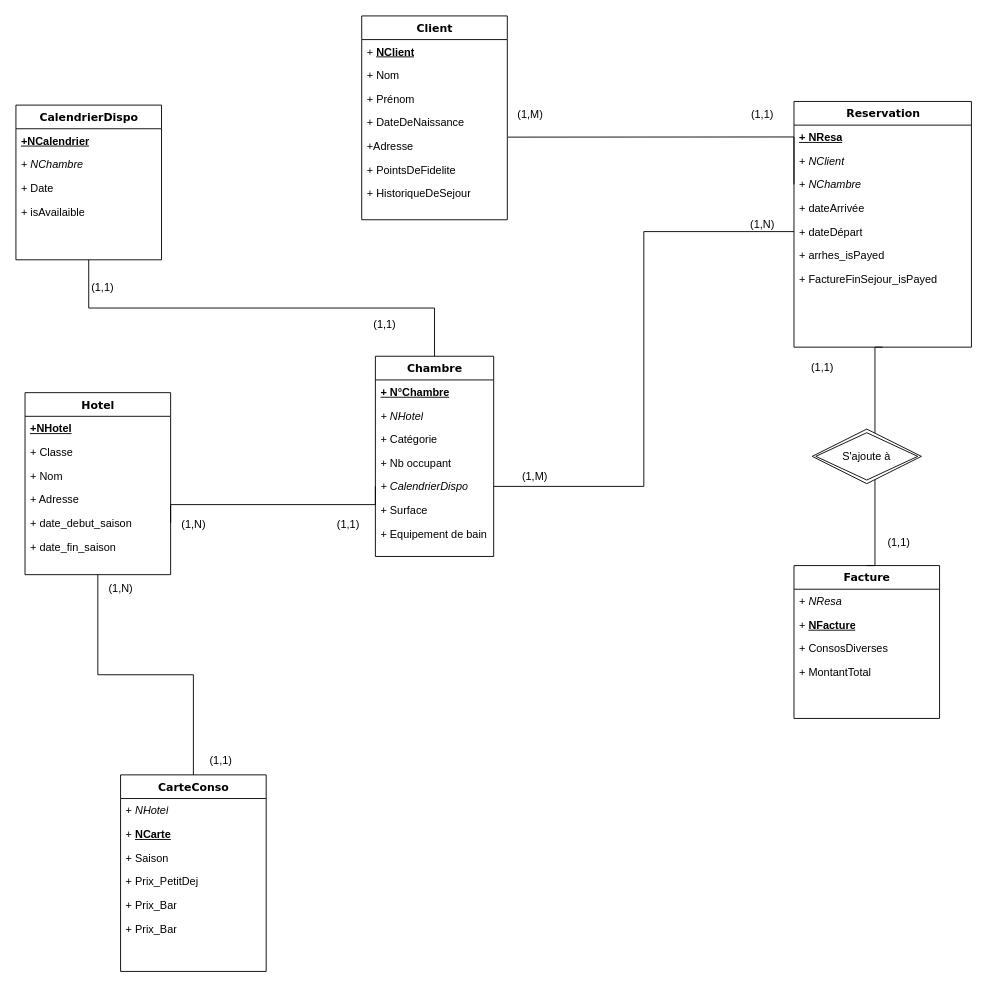
Above: Untitled Diagram.drawio in Adrien-bot/Biostat-BDD (draw.io), before the change. Source tidied: cells renumbered, new cells numbered last; positions are measured from the earlier drawing's top-left corner, leaving out a move shared by most shapes. Both pictures are drawn from the tidied source at 91%, with x=0, y=0 at pixel (15, 15).
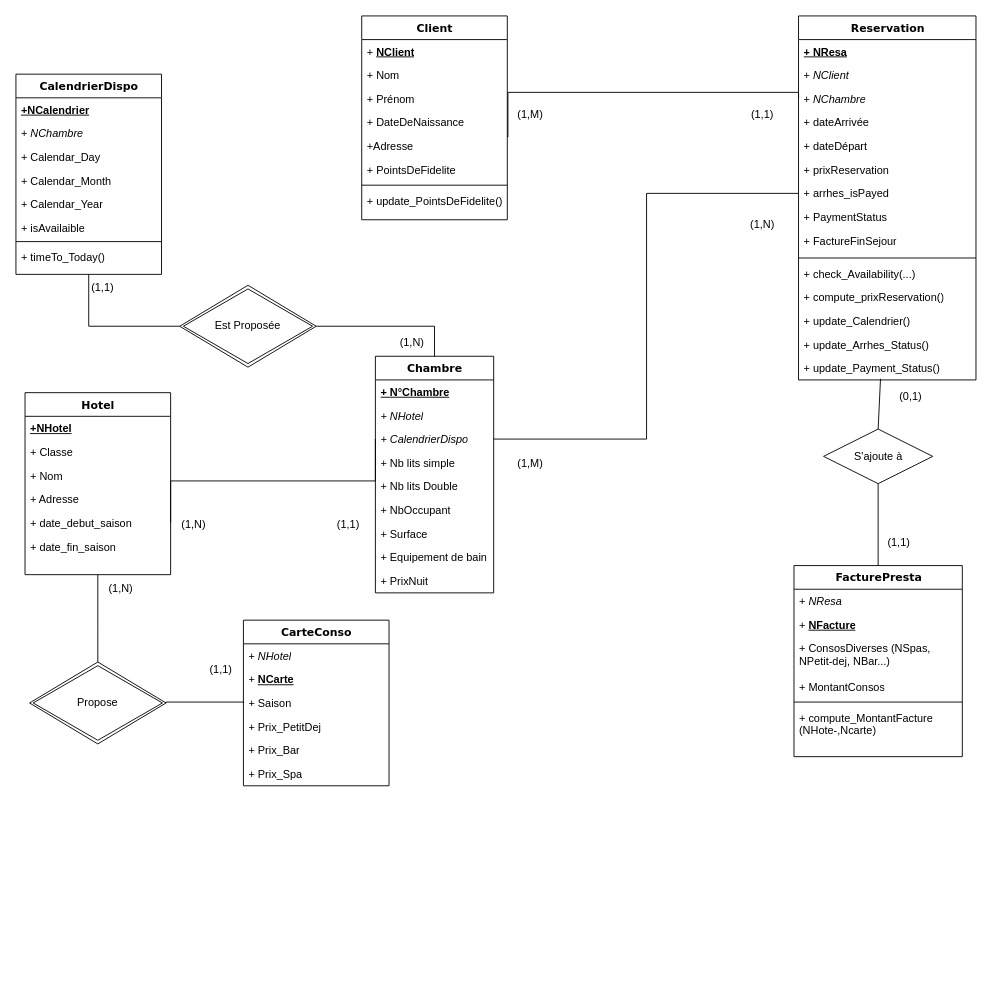
After the change.

Unchanged cells that the change refers to:
```xml
<mxCell id="11" value="Hotel" style="swimlane;html=1;fontStyle=1;align=center;verticalAlign=top;horizontal=1;startSize=26;swimlaneFillColor=#ffffff;rounded=0;shadow=0;comic=0;labelBackgroundColor=none;strokeWidth=1;fillColor=none;fontFamily=Verdana;fontSize=12;" parent="1" vertex="1">
  <mxGeometry x="10" y="414" width="160" height="200" as="geometry" />
</mxCell>
<mxCell id="18" value="Client" style="swimlane;html=1;fontStyle=1;align=center;verticalAlign=top;horizontal=1;startSize=26;swimlaneFillColor=#ffffff;rounded=0;shadow=0;comic=0;labelBackgroundColor=none;strokeWidth=1;fillColor=none;fontFamily=Verdana;fontSize=12;" parent="1" vertex="1">
  <mxGeometry x="380" width="160" height="224" as="geometry" />
</mxCell>
<mxCell id="23" value="+Adresse" style="text;html=1;strokeColor=none;fillColor=none;align=left;verticalAlign=top;spacingLeft=4;spacingRight=4;whiteSpace=wrap;overflow=hidden;points=[[0,0.5],[1,0.5]];portConstraint=eastwest;" parent="18" vertex="1">
  <mxGeometry y="130" width="160" height="26" as="geometry" />
</mxCell>
<mxCell id="34" value="+ &lt;i&gt;NChambre&lt;/i&gt;" style="text;html=1;strokeColor=none;fillColor=none;align=left;verticalAlign=top;spacingLeft=4;spacingRight=4;whiteSpace=wrap;overflow=hidden;points=[[0,0.5],[1,0.5]];portConstraint=eastwest;" parent="31" vertex="1">
  <mxGeometry y="78" width="195" height="26" as="geometry" />
</mxCell>
<mxCell id="36" value="+ dateDépart" style="text;html=1;strokeColor=none;fillColor=none;align=left;verticalAlign=top;spacingLeft=4;spacingRight=4;whiteSpace=wrap;overflow=hidden;points=[[0,0.5],[1,0.5]];portConstraint=eastwest;" parent="31" vertex="1">
  <mxGeometry y="130" width="195" height="26" as="geometry" />
</mxCell>
<mxCell id="47" value="+ Saison" style="text;html=1;strokeColor=none;fillColor=none;align=left;verticalAlign=top;spacingLeft=4;spacingRight=4;whiteSpace=wrap;overflow=hidden;points=[[0,0.5],[1,0.5]];portConstraint=eastwest;" parent="44" vertex="1">
  <mxGeometry y="78" width="160" height="26" as="geometry" />
</mxCell>
```

Change to the diagram source:
```diff
@@
     <mxCell id="3" value="Chambre" style="swimlane;html=1;fontStyle=1;align=center;verticalAlign=top;horizontal=1;startSize=26;swimlaneFillColor=#ffffff;rounded=0;shadow=0;comic=0;labelBackgroundColor=none;strokeWidth=1;fillColor=none;fontFamily=Verdana;fontSize=12;" parent="1" vertex="1">
-      <mxGeometry x="395" y="374" width="130" height="220" as="geometry" />
+      <mxGeometry x="395" y="374" width="130" height="260" as="geometry" />
     </mxCell>
@@
+    <mxCell id="8" value="&lt;i&gt;+ CalendrierDispo&lt;/i&gt;" style="text;html=1;strokeColor=none;fillColor=none;align=left;verticalAlign=top;spacingLeft=4;spacingRight=4;whiteSpace=wrap;overflow=hidden;points=[[0,0.5],[1,0.5]];portConstraint=eastwest;" parent="3" vertex="1">
+      <mxGeometry y="78" width="130" height="26" as="geometry" />
+    </mxCell>
+    <mxCell id="7" value="+ Nb lits simple" style="text;html=1;strokeColor=none;fillColor=none;align=left;verticalAlign=top;spacingLeft=4;spacingRight=4;whiteSpace=wrap;overflow=hidden;" parent="3" vertex="1">
+      <mxGeometry y="104" width="130" height="26" as="geometry" />
+    </mxCell>
+    <mxCell id="71" value="+ Nb lits Double" style="text;html=1;strokeColor=none;fillColor=none;align=left;verticalAlign=top;spacingLeft=4;spacingRight=4;whiteSpace=wrap;overflow=hidden;" parent="3" vertex="1">
+      <mxGeometry y="130" width="130" height="26" as="geometry" />
+    </mxCell>
-    <mxCell id="6" value="+ Catégorie" style="text;html=1;strokeColor=none;fillColor=none;align=left;verticalAlign=top;spacingLeft=4;spacingRight=4;whiteSpace=wrap;overflow=hidden;" parent="3" vertex="1">
-      <mxGeometry y="78" width="130" height="26" as="geometry" />
+    <mxCell id="6" value="+ NbOccupant" style="text;html=1;strokeColor=none;fillColor=none;align=left;verticalAlign=top;spacingLeft=4;spacingRight=4;whiteSpace=wrap;overflow=hidden;" parent="3" vertex="1">
+      <mxGeometry y="156" width="130" height="26" as="geometry" />
     </mxCell>
-    <mxCell id="7" value="+ Nb occupant" style="text;html=1;strokeColor=none;fillColor=none;align=left;verticalAlign=top;spacingLeft=4;spacingRight=4;whiteSpace=wrap;overflow=hidden;" parent="3" vertex="1">
-      <mxGeometry y="104" width="130" height="26" as="geometry" />
-    </mxCell>
-    <mxCell id="8" value="&lt;i&gt;+ CalendrierDispo&lt;/i&gt;" style="text;html=1;strokeColor=none;fillColor=none;align=left;verticalAlign=top;spacingLeft=4;spacingRight=4;whiteSpace=wrap;overflow=hidden;points=[[0,0.5],[1,0.5]];portConstraint=eastwest;" parent="3" vertex="1">
-      <mxGeometry y="130" width="130" height="26" as="geometry" />
-    </mxCell>
     <mxCell id="9" value="+ Surface" style="text;html=1;strokeColor=none;fillColor=none;align=left;verticalAlign=top;spacingLeft=4;spacingRight=4;whiteSpace=wrap;overflow=hidden;" parent="3" vertex="1">
-      <mxGeometry y="156" width="130" height="26" as="geometry" />
+      <mxGeometry y="182" width="130" height="26" as="geometry" />
     </mxCell>
     <mxCell id="10" value="+ Equipement de bain" style="text;html=1;strokeColor=none;fillColor=none;align=left;verticalAlign=top;spacingLeft=4;spacingRight=4;whiteSpace=wrap;overflow=hidden;" parent="3" vertex="1">
-      <mxGeometry y="182" width="130" height="26" as="geometry" />
+      <mxGeometry y="208" width="130" height="26" as="geometry" />
     </mxCell>
+    <mxCell id="72" value="+ PrixNuit" style="text;html=1;strokeColor=none;fillColor=none;align=left;verticalAlign=top;spacingLeft=4;spacingRight=4;whiteSpace=wrap;overflow=hidden;" parent="3" vertex="1">
+      <mxGeometry y="234" width="130" height="26" as="geometry" />
+    </mxCell>
@@
+    <mxCell id="73" style="line;strokeWidth=1;fillColor=none;align=left;verticalAlign=middle;spacingTop=-1;spacingLeft=3;spacingRight=3;labelPosition=right;strokeColor=inherit;" parent="18" vertex="1">
+      <mxGeometry y="182" width="160" height="8" as="geometry" />
+    </mxCell>
-    <mxCell id="25" value="+ HistoriqueDeSejour" style="text;html=1;strokeColor=none;fillColor=none;align=left;verticalAlign=top;spacingLeft=4;spacingRight=4;whiteSpace=wrap;overflow=hidden;" parent="18" vertex="1">
-      <mxGeometry y="182" width="160" height="26" as="geometry" />
+    <mxCell id="25" value="+ update_PointsDeFidelite()" style="text;html=1;strokeColor=none;fillColor=none;align=left;verticalAlign=top;spacingLeft=4;spacingRight=4;whiteSpace=wrap;overflow=hidden;" parent="18" vertex="1">
+      <mxGeometry y="190" width="160" height="26" as="geometry" />
     </mxCell>
     <mxCell id="26" value="CalendrierDispo" style="swimlane;html=1;fontStyle=1;align=center;verticalAlign=top;horizontal=1;startSize=26;swimlaneFillColor=#ffffff;rounded=0;shadow=0;comic=0;labelBackgroundColor=none;strokeWidth=1;fillColor=none;fontFamily=Verdana;fontSize=12;" parent="1" vertex="1">
-      <mxGeometry y="98" width="160" height="170" as="geometry" />
+      <mxGeometry y="64" width="160" height="220" as="geometry" />
     </mxCell>
@@
-    <mxCell id="29" value="+ Date" style="text;html=1;strokeColor=none;fillColor=none;align=left;verticalAlign=top;spacingLeft=4;spacingRight=4;whiteSpace=wrap;overflow=hidden;" parent="26" vertex="1">
+    <mxCell id="29" value="+ Calendar_Day" style="text;html=1;strokeColor=none;fillColor=none;align=left;verticalAlign=top;spacingLeft=4;spacingRight=4;whiteSpace=wrap;overflow=hidden;" parent="26" vertex="1">
       <mxGeometry y="78" width="160" height="26" as="geometry" />
     </mxCell>
+    <mxCell id="74" value="+ Calendar_Month" style="text;html=1;strokeColor=none;fillColor=none;align=left;verticalAlign=top;spacingLeft=4;spacingRight=4;whiteSpace=wrap;overflow=hidden;" parent="26" vertex="1">
+      <mxGeometry y="104" width="160" height="26" as="geometry" />
+    </mxCell>
+    <mxCell id="75" value="+ Calendar_Year" style="text;html=1;strokeColor=none;fillColor=none;align=left;verticalAlign=top;spacingLeft=4;spacingRight=4;whiteSpace=wrap;overflow=hidden;" parent="26" vertex="1">
+      <mxGeometry y="130" width="160" height="26" as="geometry" />
+    </mxCell>
     <mxCell id="30" value="+ isAvailaible" style="text;html=1;strokeColor=none;fillColor=none;align=left;verticalAlign=top;spacingLeft=4;spacingRight=4;whiteSpace=wrap;overflow=hidden;" parent="26" vertex="1">
-      <mxGeometry y="104" width="160" height="26" as="geometry" />
+      <mxGeometry y="156" width="160" height="24" as="geometry" />
     </mxCell>
+    <mxCell id="76" style="line;strokeWidth=1;fillColor=none;align=left;verticalAlign=middle;spacingTop=-1;spacingLeft=3;spacingRight=3;labelPosition=right;strokeColor=inherit;" parent="26" vertex="1">
+      <mxGeometry y="180" width="160" height="8" as="geometry" />
+    </mxCell>
+    <mxCell id="77" value="+ timeTo_Today()" style="text;strokeColor=none;fillColor=none;align=left;verticalAlign=top;spacingLeft=4;spacingRight=4;overflow=hidden;whiteSpace=wrap;html=1;" parent="26" vertex="1">
+      <mxGeometry y="188" width="160" height="26" as="geometry" />
+    </mxCell>
     <mxCell id="31" value="Reservation" style="swimlane;html=1;fontStyle=1;align=center;verticalAlign=top;horizontal=1;startSize=26;swimlaneFillColor=#ffffff;rounded=0;shadow=0;comic=0;labelBackgroundColor=none;strokeWidth=1;fillColor=none;fontFamily=Verdana;fontSize=12;" parent="1" vertex="1">
-      <mxGeometry x="855" y="94" width="195" height="270" as="geometry" />
+      <mxGeometry x="860" width="195" height="400" as="geometry" />
     </mxCell>
@@
+    <mxCell id="78" value="+ prixReservation" style="text;html=1;strokeColor=none;fillColor=none;align=left;verticalAlign=top;spacingLeft=4;spacingRight=4;whiteSpace=wrap;overflow=hidden;" parent="31" vertex="1">
+      <mxGeometry y="156" width="195" height="26" as="geometry" />
+    </mxCell>
     <mxCell id="37" value="+ arrhes_isPayed" style="text;html=1;strokeColor=none;fillColor=none;align=left;verticalAlign=top;spacingLeft=4;spacingRight=4;whiteSpace=wrap;overflow=hidden;points=[[0,0.5],[1,0.5]];portConstraint=eastwest;" parent="31" vertex="1">
-      <mxGeometry y="156" width="195" height="26" as="geometry" />
+      <mxGeometry y="182" width="195" height="26" as="geometry" />
     </mxCell>
+    <mxCell id="79" value="+ PaymentStatus" style="text;html=1;strokeColor=none;fillColor=none;align=left;verticalAlign=top;spacingLeft=4;spacingRight=4;whiteSpace=wrap;overflow=hidden;" parent="31" vertex="1">
+      <mxGeometry y="208" width="195" height="26" as="geometry" />
+    </mxCell>
-    <mxCell id="38" value="+ FactureFinSejour_isPayed" style="text;html=1;strokeColor=none;fillColor=none;align=left;verticalAlign=top;spacingLeft=4;spacingRight=4;whiteSpace=wrap;overflow=hidden;" parent="31" vertex="1">
-      <mxGeometry y="182" width="195" height="48" as="geometry" />
+    <mxCell id="38" value="+ FactureFinSejour" style="text;html=1;strokeColor=none;fillColor=none;align=left;verticalAlign=top;spacingLeft=4;spacingRight=4;whiteSpace=wrap;overflow=hidden;" parent="31" vertex="1">
+      <mxGeometry y="234" width="195" height="28" as="geometry" />
     </mxCell>
+    <mxCell id="80" style="line;strokeWidth=1;fillColor=none;align=left;verticalAlign=middle;spacingTop=-1;spacingLeft=3;spacingRight=3;labelPosition=right;strokeColor=inherit;" parent="31" vertex="1">
+      <mxGeometry y="262" width="195" height="8" as="geometry" />
+    </mxCell>
+    <mxCell id="81" value="+ check_Availability(...)" style="text;strokeColor=none;fillColor=none;align=left;verticalAlign=top;spacingLeft=4;spacingRight=4;overflow=hidden;whiteSpace=wrap;html=1;" parent="31" vertex="1">
+      <mxGeometry y="270" width="195" height="26" as="geometry" />
+    </mxCell>
+    <mxCell id="82" value="+ compute_prixReservation()" style="text;strokeColor=none;fillColor=none;align=left;verticalAlign=top;spacingLeft=4;spacingRight=4;overflow=hidden;whiteSpace=wrap;html=1;" parent="31" vertex="1">
+      <mxGeometry y="296" width="195" height="26" as="geometry" />
+    </mxCell>
+    <mxCell id="83" value="+ update_Calendrier()" style="text;strokeColor=none;fillColor=none;align=left;verticalAlign=top;spacingLeft=4;spacingRight=4;overflow=hidden;whiteSpace=wrap;html=1;" parent="31" vertex="1">
+      <mxGeometry y="322" width="195" height="26" as="geometry" />
+    </mxCell>
+    <mxCell id="84" value="+ update_Arrhes_Status()" style="text;strokeColor=none;fillColor=none;align=left;verticalAlign=top;spacingLeft=4;spacingRight=4;overflow=hidden;whiteSpace=wrap;html=1;" parent="31" vertex="1">
+      <mxGeometry y="348" width="195" height="26" as="geometry" />
+    </mxCell>
+    <mxCell id="85" value="+ update_Payment_Status()" style="text;strokeColor=none;fillColor=none;align=left;verticalAlign=top;spacingLeft=4;spacingRight=4;overflow=hidden;points=[[0,0.5],[1,0.5]];portConstraint=eastwest;whiteSpace=wrap;html=1;" parent="31" vertex="1">
+      <mxGeometry y="374" width="195" height="26" as="geometry" />
+    </mxCell>
-    <mxCell id="39" value="Facture" style="swimlane;html=1;fontStyle=1;align=center;verticalAlign=top;horizontal=1;startSize=26;swimlaneFillColor=#ffffff;rounded=0;shadow=0;comic=0;labelBackgroundColor=none;strokeWidth=1;fillColor=none;fontFamily=Verdana;fontSize=12;" parent="1" vertex="1">
-      <mxGeometry x="855" y="604" width="160" height="168" as="geometry" />
+    <mxCell id="39" value="FacturePresta" style="swimlane;html=1;fontStyle=1;align=center;verticalAlign=top;horizontal=1;startSize=26;swimlaneFillColor=#ffffff;rounded=0;shadow=0;comic=0;labelBackgroundColor=none;strokeWidth=1;fillColor=none;fontFamily=Verdana;fontSize=12;" parent="1" vertex="1">
+      <mxGeometry x="855" y="604" width="185" height="210" as="geometry" />
     </mxCell>
     <mxCell id="40" value="+ &lt;i&gt;NResa&lt;/i&gt;" style="text;html=1;strokeColor=none;fillColor=none;align=left;verticalAlign=top;spacingLeft=4;spacingRight=4;whiteSpace=wrap;overflow=hidden;" parent="39" vertex="1">
-      <mxGeometry y="26" width="160" height="26" as="geometry" />
+      <mxGeometry y="26" width="185" height="26" as="geometry" />
     </mxCell>
     <mxCell id="41" value="+ &lt;b&gt;&lt;u&gt;NFacture&lt;/u&gt;&lt;/b&gt;" style="text;html=1;strokeColor=none;fillColor=none;align=left;verticalAlign=top;spacingLeft=4;spacingRight=4;whiteSpace=wrap;overflow=hidden;" parent="39" vertex="1">
-      <mxGeometry y="52" width="160" height="26" as="geometry" />
+      <mxGeometry y="52" width="185" height="26" as="geometry" />
     </mxCell>
-    <mxCell id="42" value="+ ConsosDiverses" style="text;html=1;strokeColor=none;fillColor=none;align=left;verticalAlign=top;spacingLeft=4;spacingRight=4;whiteSpace=wrap;overflow=hidden;" parent="39" vertex="1">
-      <mxGeometry y="78" width="160" height="26" as="geometry" />
+    <mxCell id="42" value="+ ConsosDiverses (NSpas, NPetit-dej, NBar...)" style="text;html=1;strokeColor=none;fillColor=none;align=left;verticalAlign=top;spacingLeft=4;spacingRight=4;whiteSpace=wrap;overflow=hidden;" parent="39" vertex="1">
+      <mxGeometry y="78" width="185" height="42" as="geometry" />
     </mxCell>
-    <mxCell id="43" value="+ MontantTotal" style="text;html=1;strokeColor=none;fillColor=none;align=left;verticalAlign=top;spacingLeft=4;spacingRight=4;whiteSpace=wrap;overflow=hidden;" parent="39" vertex="1">
-      <mxGeometry y="104" width="160" height="26" as="geometry" />
+    <mxCell id="43" value="+ MontantConsos" style="text;html=1;strokeColor=none;fillColor=none;align=left;verticalAlign=top;spacingLeft=4;spacingRight=4;whiteSpace=wrap;overflow=hidden;" parent="39" vertex="1">
+      <mxGeometry y="120" width="185" height="26" as="geometry" />
     </mxCell>
+    <mxCell id="86" style="line;strokeWidth=1;fillColor=none;align=left;verticalAlign=middle;spacingTop=-1;spacingLeft=3;spacingRight=3;labelPosition=right;strokeColor=inherit;" parent="39" vertex="1">
+      <mxGeometry y="146" width="185" height="8" as="geometry" />
+    </mxCell>
+    <mxCell id="87" value="+ compute_MontantFacture (NHote-,Ncarte)" style="text;strokeColor=none;fillColor=none;align=left;verticalAlign=top;spacingLeft=4;spacingRight=4;overflow=hidden;whiteSpace=wrap;html=1;" parent="39" vertex="1">
+      <mxGeometry y="154" width="185" height="56" as="geometry" />
+    </mxCell>
     <mxCell id="44" value="CarteConso" style="swimlane;html=1;fontStyle=1;align=center;verticalAlign=top;horizontal=1;startSize=26;swimlaneFillColor=#ffffff;rounded=0;shadow=0;comic=0;labelBackgroundColor=none;strokeWidth=1;fillColor=none;fontFamily=Verdana;fontSize=12;" parent="1" vertex="1">
-      <mxGeometry x="115" y="834" width="160" height="216" as="geometry" />
+      <mxGeometry x="250" y="664" width="160" height="182" as="geometry" />
     </mxCell>
@@
-    <mxCell id="50" value="+ Prix_Bar" style="text;html=1;strokeColor=none;fillColor=none;align=left;verticalAlign=top;spacingLeft=4;spacingRight=4;whiteSpace=wrap;overflow=hidden;" parent="44" vertex="1">
+    <mxCell id="50" value="+ Prix_Spa" style="text;html=1;strokeColor=none;fillColor=none;align=left;verticalAlign=top;spacingLeft=4;spacingRight=4;whiteSpace=wrap;overflow=hidden;" parent="44" vertex="1">
       <mxGeometry y="156" width="160" height="26" as="geometry" />
     </mxCell>
@@
-    <mxCell id="56" value="(1,1)" style="text;html=1;align=center;verticalAlign=middle;strokeColor=none;fillColor=none;" parent="1" vertex="1">
-      <mxGeometry x="380" y="324" width="50" height="30" as="geometry" />
+    <mxCell id="56" value="(1,N)" style="text;html=1;align=center;verticalAlign=middle;strokeColor=none;fillColor=none;" parent="1" vertex="1">
+      <mxGeometry x="410" y="344" width="50" height="30" as="geometry" />
     </mxCell>
     <mxCell id="57" style="endArrow=none;html=1;rounded=0;entryX=0;entryY=0.5;entryDx=0;entryDy=0;exitX=1.004;exitY=0.123;exitDx=0;exitDy=0;exitPerimeter=0;edgeStyle=elbowEdgeStyle;elbow=vertical;" parent="1" edge="1" source="23" target="34">
       <mxGeometry relative="1" as="geometry">
         <Array as="points">
-          <mxPoint x="700" y="133" />
+          <mxPoint x="700" y="84" />
         </Array>
       </mxGeometry>
     </mxCell>
     <mxCell id="58" value="(1,M)" style="text;html=1;align=center;verticalAlign=middle;strokeColor=none;fillColor=none;" parent="1" vertex="1">
-      <mxGeometry x="545" y="492" width="50" height="30" as="geometry" />
+      <mxGeometry x="540" y="477" width="50" height="30" as="geometry" />
     </mxCell>
@@
-    <mxCell id="62" style="endArrow=none;html=1;rounded=0;exitX=0.5;exitY=0;exitDx=0;exitDy=0;entryX=0.5;entryY=1;entryDx=0;entryDy=0;edgeStyle=elbowEdgeStyle;" parent="1" edge="1" source="39" target="31">
-      <mxGeometry relative="1" as="geometry" />
-    </mxCell>
@@
-    <mxCell id="64" value="(1,1)" style="text;html=1;align=center;verticalAlign=middle;strokeColor=none;fillColor=none;" parent="1" vertex="1">
-      <mxGeometry x="861" y="372" width="50" height="30" as="geometry" />
+    <mxCell id="64" value="(0,1)" style="text;html=1;align=center;verticalAlign=middle;strokeColor=none;fillColor=none;" parent="1" vertex="1">
+      <mxGeometry x="957.5" y="404" width="50" height="30" as="geometry" />
     </mxCell>
-    <mxCell id="65" style="endArrow=none;html=1;rounded=0;entryX=0.5;entryY=0;entryDx=0;entryDy=0;exitX=0.5;exitY=1;exitDx=0;exitDy=0;edgeStyle=elbowEdgeStyle;elbow=vertical;" parent="1" edge="1" source="11" target="44">
-      <mxGeometry relative="1" as="geometry" />
-    </mxCell>
@@
-    <mxCell id="67" value="(1,1)" style="text;html=1;align=center;verticalAlign=middle;strokeColor=none;fillColor=none;" parent="1" vertex="1">
-      <mxGeometry x="200" y="804" width="50" height="30" as="geometry" />
-    </mxCell>
-    <mxCell id="68" style="endArrow=none;html=1;rounded=0;exitX=0.5;exitY=0;exitDx=0;exitDy=0;entryX=0.5;entryY=1;entryDx=0;entryDy=0;edgeStyle=elbowEdgeStyle;elbow=vertical;" parent="1" edge="1" source="3" target="26">
-      <mxGeometry relative="1" as="geometry" />
+    <mxCell id="68" style="endArrow=none;html=1;rounded=0;exitX=0;exitY=0.5;exitDx=0;exitDy=0;entryX=0.5;entryY=1;entryDx=0;entryDy=0;edgeStyle=elbowEdgeStyle;elbow=vertical;" parent="1" edge="1" source="94" target="26">
+      <mxGeometry relative="1" as="geometry">
+        <Array as="points">
+          <mxPoint x="130" y="341" />
+        </Array>
+      </mxGeometry>
     </mxCell>
-    <mxCell id="69" style="endArrow=none;html=1;rounded=0;entryX=0;entryY=0.5;entryDx=0;entryDy=0;exitX=1;exitY=0.5;exitDx=0;exitDy=0;edgeStyle=elbowEdgeStyle;" parent="1" edge="1" source="8" target="36">
+    <mxCell id="69" style="endArrow=none;html=1;rounded=0;entryX=0;entryY=0.5;entryDx=0;entryDy=0;exitX=1;exitY=0.5;exitDx=0;exitDy=0;edgeStyle=elbowEdgeStyle;" parent="1" edge="1" source="8" target="37">
       <mxGeometry relative="1" as="geometry" />
     </mxCell>
+    <mxCell id="88" style="edgeStyle=orthogonalEdgeStyle;rounded=0;jettySize=auto;html=1;exitX=0.5;exitY=1;exitDx=0;exitDy=0;entryX=0.5;entryY=0;entryDx=0;entryDy=0;endArrow=none;endFill=0;" parent="1" edge="1" source="91" target="39">
+      <mxGeometry relative="1" as="geometry" />
+    </mxCell>
-    <mxCell id="70" value="S'ajoute à" style="shape=rhombus;double=1;perimeter=rhombusPerimeter;whiteSpace=wrap;html=1;align=center;" parent="1" vertex="1">
-      <mxGeometry x="875" y="454" width="120" height="60" as="geometry" />
+    <mxCell id="70" value="Propose" style="shape=rhombus;double=1;perimeter=rhombusPerimeter;whiteSpace=wrap;html=1;align=center;" parent="1" vertex="1">
+      <mxGeometry x="15" y="710" width="150" height="90" as="geometry" />
     </mxCell>
+    <mxCell id="89" style="endArrow=none;html=1;rounded=0;entryX=0.5;entryY=0;entryDx=0;entryDy=0;exitX=0.5;exitY=1;exitDx=0;exitDy=0;edgeStyle=elbowEdgeStyle;elbow=vertical;" parent="1" edge="1" source="11" target="70">
+      <mxGeometry relative="1" as="geometry">
+        <Array as="points">
+          <mxPoint x="105" y="674" />
+        </Array>
+      </mxGeometry>
+    </mxCell>
+    <mxCell id="67" value="(1,1)" style="text;html=1;align=center;verticalAlign=middle;strokeColor=none;fillColor=none;" parent="1" vertex="1">
+      <mxGeometry x="200" y="704" width="50" height="30" as="geometry" />
+    </mxCell>
+    <mxCell id="90" style="edgeStyle=none;jettySize=auto;html=1;rounded=0;exitX=0.462;exitY=0.95;exitDx=0;exitDy=0;exitPerimeter=0;entryX=0.5;entryY=0;entryDx=0;entryDy=0;startArrow=none;startFill=0;endArrow=none;endFill=0;" parent="1" edge="1" source="85" target="91">
+      <mxGeometry relative="1" as="geometry" />
+    </mxCell>
+    <mxCell id="91" value="S'ajoute à" style="shape=rhombus;perimeter=rhombusPerimeter;whiteSpace=wrap;html=1;align=center;" parent="1" vertex="1">
+      <mxGeometry x="887.5" y="454" width="120" height="60" as="geometry" />
+    </mxCell>
+    <mxCell id="92" style="endArrow=none;html=1;rounded=0;entryX=1;entryY=0.5;entryDx=0;entryDy=0;exitX=0;exitY=0.5;exitDx=0;exitDy=0;edgeStyle=elbowEdgeStyle;elbow=vertical;" parent="1" edge="1" source="47" target="70">
+      <mxGeometry relative="1" as="geometry">
+        <Array as="points">
+          <mxPoint x="210" y="754" />
+        </Array>
+      </mxGeometry>
+    </mxCell>
+    <mxCell id="93" style="endArrow=none;html=1;rounded=0;exitX=0.5;exitY=0;exitDx=0;exitDy=0;entryX=1;entryY=0.5;entryDx=0;entryDy=0;edgeStyle=elbowEdgeStyle;elbow=vertical;" parent="1" edge="1" source="3" target="94">
+      <mxGeometry relative="1" as="geometry">
+        <Array as="points">
+          <mxPoint x="400" y="341" />
+        </Array>
+      </mxGeometry>
+    </mxCell>
+    <mxCell id="94" value="Est Proposée" style="shape=rhombus;double=1;perimeter=rhombusPerimeter;whiteSpace=wrap;html=1;align=center;" parent="1" vertex="1">
+      <mxGeometry x="180" y="296" width="150" height="90" as="geometry" />
+    </mxCell>
```
